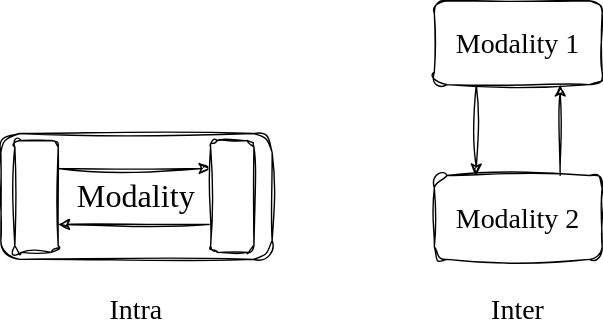
Earlier version of the draw.io export assets/intra-inter.svg (TankNee/ncgm-slides). Source tidied: cells renumbered, new cells last; positions are measured from the earlier drawing's top-left corner, leaving out a move shared by most shapes. Its diagram source:
```xml
<mxGraphModel>
  <root>
    <mxCell id="0" />
    <mxCell id="1" parent="0" />
    <mxCell id="2" value="&lt;font face=&quot;Comic Sans MS&quot; style=&quot;font-size: 23px;&quot;&gt;Modality&lt;/font&gt;" style="rounded=1;whiteSpace=wrap;html=1;sketch=1;curveFitting=1;jiggle=2;" parent="1" vertex="1">
      <mxGeometry y="95" width="194" height="90" as="geometry" />
    </mxCell>
    <mxCell id="3" style="edgeStyle=orthogonalEdgeStyle;rounded=0;jettySize=auto;html=1;exitX=1;exitY=0.25;exitDx=0;exitDy=0;entryX=0;entryY=0.25;entryDx=0;entryDy=0;fontSize=23;sketch=1;curveFitting=1;jiggle=2;" parent="1" edge="1" source="4" target="6">
      <mxGeometry relative="1" as="geometry" />
    </mxCell>
    <mxCell id="4" style="rounded=1;whiteSpace=wrap;html=1;fontSize=23;sketch=1;curveFitting=1;jiggle=2;" parent="1" vertex="1">
      <mxGeometry x="10" y="100" width="31" height="80" as="geometry" />
    </mxCell>
    <mxCell id="5" style="edgeStyle=orthogonalEdgeStyle;rounded=0;jettySize=auto;html=1;exitX=0;exitY=0.75;exitDx=0;exitDy=0;entryX=1;entryY=0.75;entryDx=0;entryDy=0;fontSize=23;sketch=1;curveFitting=1;jiggle=2;" parent="1" edge="1" source="6" target="4">
      <mxGeometry relative="1" as="geometry" />
    </mxCell>
    <mxCell id="6" style="rounded=1;whiteSpace=wrap;html=1;fontSize=23;sketch=1;curveFitting=1;jiggle=2;" parent="1" vertex="1">
      <mxGeometry x="150" y="100" width="31" height="80" as="geometry" />
    </mxCell>
    <mxCell id="7" value="Intra" style="text;html=1;strokeColor=none;fillColor=none;align=center;verticalAlign=middle;whiteSpace=wrap;rounded=0;fontSize=20;fontFamily=Comic Sans MS;" parent="1" vertex="1">
      <mxGeometry x="67" y="205" width="60" height="30" as="geometry" />
    </mxCell>
    <mxCell id="8" style="edgeStyle=orthogonalEdgeStyle;rounded=0;sketch=1;hachureGap=4;jiggle=2;curveFitting=1;jettySize=auto;html=1;exitX=0.25;exitY=1;exitDx=0;exitDy=0;entryX=0.25;entryY=0;entryDx=0;entryDy=0;fontFamily=Comic Sans MS;fontSize=16;" parent="1" edge="1" source="9" target="11">
      <mxGeometry relative="1" as="geometry" />
    </mxCell>
    <mxCell id="9" value="Modality 1" style="rounded=1;whiteSpace=wrap;html=1;sketch=1;hachureGap=4;jiggle=2;curveFitting=1;fontFamily=Comic Sans MS;fontSize=20;" parent="1" vertex="1">
      <mxGeometry x="310" width="120" height="60" as="geometry" />
    </mxCell>
    <mxCell id="10" style="edgeStyle=orthogonalEdgeStyle;rounded=0;sketch=1;hachureGap=4;jiggle=2;curveFitting=1;jettySize=auto;html=1;exitX=0.75;exitY=0;exitDx=0;exitDy=0;entryX=0.75;entryY=1;entryDx=0;entryDy=0;fontFamily=Comic Sans MS;fontSize=16;" parent="1" edge="1" source="11" target="9">
      <mxGeometry relative="1" as="geometry" />
    </mxCell>
    <mxCell id="11" value="Modality 2" style="rounded=1;whiteSpace=wrap;html=1;sketch=1;hachureGap=4;jiggle=2;curveFitting=1;fontFamily=Comic Sans MS;fontSize=20;" parent="1" vertex="1">
      <mxGeometry x="310" y="125" width="120" height="60" as="geometry" />
    </mxCell>
    <mxCell id="12" value="Inter" style="text;html=1;strokeColor=none;fillColor=none;align=center;verticalAlign=middle;whiteSpace=wrap;rounded=0;fontSize=20;fontFamily=Comic Sans MS;" parent="1" vertex="1">
      <mxGeometry x="340" y="205" width="60" height="30" as="geometry" />
    </mxCell>
  </root>
</mxGraphModel>
```
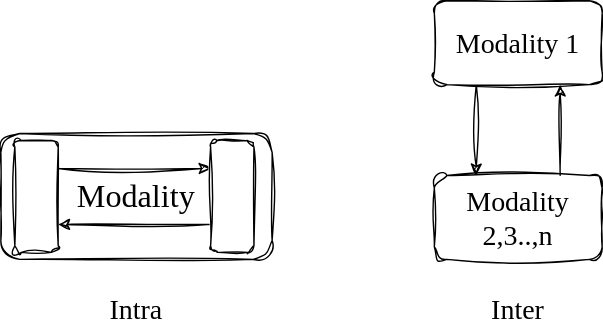
After the change.

What changed in the source:
```diff
@@ -29,7 +29,7 @@
     <mxCell id="10" style="edgeStyle=orthogonalEdgeStyle;rounded=0;sketch=1;hachureGap=4;jiggle=2;curveFitting=1;jettySize=auto;html=1;exitX=0.75;exitY=0;exitDx=0;exitDy=0;entryX=0.75;entryY=1;entryDx=0;entryDy=0;fontFamily=Comic Sans MS;fontSize=16;" parent="1" edge="1" source="11" target="9">
       <mxGeometry relative="1" as="geometry" />
     </mxCell>
-    <mxCell id="11" value="Modality 2" style="rounded=1;whiteSpace=wrap;html=1;sketch=1;hachureGap=4;jiggle=2;curveFitting=1;fontFamily=Comic Sans MS;fontSize=20;" parent="1" vertex="1">
+    <mxCell id="11" value="Modality 2,3..,n" style="rounded=1;whiteSpace=wrap;html=1;sketch=1;hachureGap=4;jiggle=2;curveFitting=1;fontFamily=Comic Sans MS;fontSize=20;" parent="1" vertex="1">
       <mxGeometry x="310" y="125" width="120" height="60" as="geometry" />
     </mxCell>
     <mxCell id="12" value="Inter" style="text;html=1;strokeColor=none;fillColor=none;align=center;verticalAlign=middle;whiteSpace=wrap;rounded=0;fontSize=20;fontFamily=Comic Sans MS;" parent="1" vertex="1">
```
